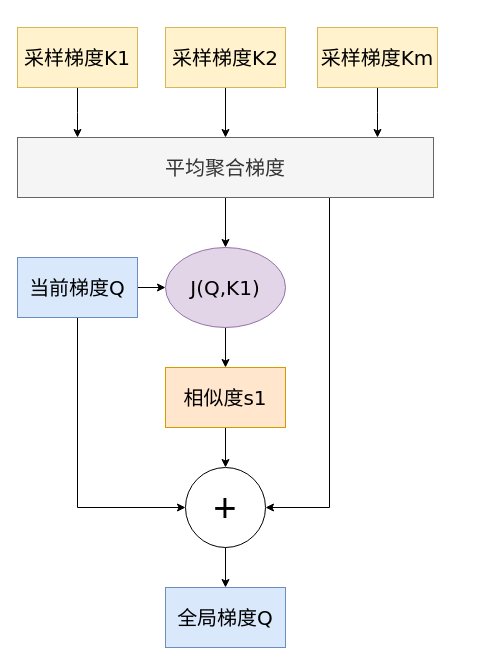
TQBX/drawio-images keeps this draw.io diagram as page "第 2 页" (2 of 2) of 思路.drawio. Above is the earlier version. Source tidied: cells renumbered, new cells numbered last; positions are measured from the earlier drawing's top-left corner, leaving out a move shared by most shapes. Both pictures are drawn from the tidied source at 100%, with x=0, y=0 at pixel (17, 27).
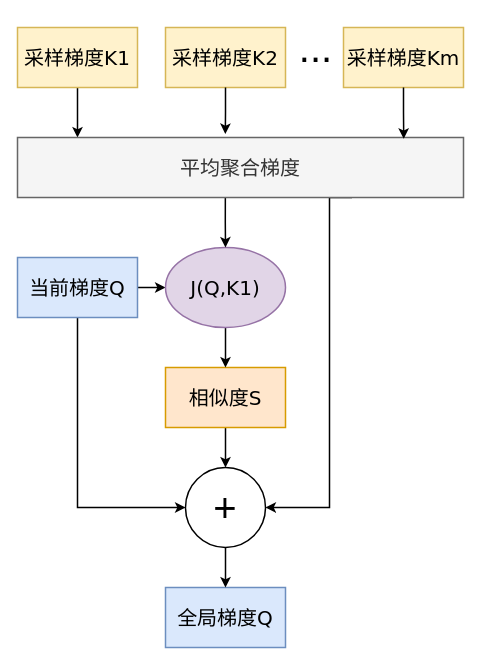
After the change.

Change to the diagram source:
```diff
@@
-    <mxCell id="2" style="edgeStyle=orthogonalEdgeStyle;rounded=0;jettySize=auto;html=1;exitX=1;exitY=0.5;exitDx=0;exitDy=0;entryX=0;entryY=0.5;entryDx=0;entryDy=0;" parent="1" edge="1" source="4" target="15">
+    <mxCell id="2" style="edgeStyle=orthogonalEdgeStyle;rounded=0;jettySize=auto;html=1;exitX=1;exitY=0.5;exitDx=0;exitDy=0;entryX=0;entryY=0.5;entryDx=0;entryDy=0;strokeWidth=1.5;" parent="1" edge="1" source="4" target="15">
       <mxGeometry relative="1" as="geometry" />
     </mxCell>
-    <mxCell id="3" style="edgeStyle=orthogonalEdgeStyle;rounded=0;jettySize=auto;html=1;exitX=0.5;exitY=1;exitDx=0;exitDy=0;entryX=0;entryY=0.5;entryDx=0;entryDy=0;" parent="1" edge="1" source="4" target="20">
+    <mxCell id="3" style="edgeStyle=orthogonalEdgeStyle;rounded=0;jettySize=auto;html=1;exitX=0.5;exitY=1;exitDx=0;exitDy=0;entryX=0;entryY=0.5;entryDx=0;entryDy=0;strokeWidth=1.5;" parent="1" edge="1" source="4" target="20">
       <mxGeometry relative="1" as="geometry" />
     </mxCell>
-    <mxCell id="4" value="当前梯度Q" style="rounded=0;whiteSpace=wrap;html=1;fillColor=#dae8fc;strokeColor=#6c8ebf;fontSize=20;fontStyle=0;fontFamily=Verdana;" parent="1" vertex="1">
+    <mxCell id="4" value="当前梯度Q" style="rounded=0;whiteSpace=wrap;html=1;fillColor=#dae8fc;strokeColor=#6c8ebf;fontSize=20;fontStyle=0;fontFamily=Verdana;strokeWidth=1.5;" parent="1" vertex="1">
       <mxGeometry y="230" width="120" height="60" as="geometry" />
     </mxCell>
-    <mxCell id="5" style="edgeStyle=orthogonalEdgeStyle;rounded=0;jettySize=auto;html=1;exitX=0.5;exitY=1;exitDx=0;exitDy=0;entryX=0.5;entryY=0;entryDx=0;entryDy=0;fontSize=20;fontStyle=0;fontFamily=Verdana;" parent="1" edge="1" source="6">
+    <mxCell id="5" style="edgeStyle=orthogonalEdgeStyle;rounded=0;jettySize=auto;html=1;exitX=0.5;exitY=1;exitDx=0;exitDy=0;entryX=0.5;entryY=0;entryDx=0;entryDy=0;fontSize=20;fontStyle=0;fontFamily=Verdana;strokeWidth=1.5;" parent="1" edge="1" source="6">
       <mxGeometry relative="1" as="geometry">
         <mxPoint x="60" y="110" as="targetPoint" />
       </mxGeometry>
     </mxCell>
-    <mxCell id="6" value="采样梯度K1" style="rounded=0;whiteSpace=wrap;html=1;fillColor=#fff2cc;strokeColor=#d6b656;fontSize=20;fontStyle=0;fontFamily=Verdana;" parent="1" vertex="1">
+    <mxCell id="6" value="采样梯度K1" style="rounded=0;whiteSpace=wrap;html=1;fillColor=#fff2cc;strokeColor=#d6b656;fontSize=20;fontStyle=0;fontFamily=Verdana;strokeWidth=1.5;" parent="1" vertex="1">
       <mxGeometry width="120" height="60" as="geometry" />
     </mxCell>
-    <mxCell id="7" style="edgeStyle=orthogonalEdgeStyle;rounded=0;jettySize=auto;html=1;exitX=0.5;exitY=1;exitDx=0;exitDy=0;entryX=0.5;entryY=0;entryDx=0;entryDy=0;fontSize=20;fontStyle=0;fontFamily=Verdana;" parent="1" edge="1" source="8" target="18">
-      <mxGeometry relative="1" as="geometry" />
-    </mxCell>
-    <mxCell id="8" value="采样梯度K2" style="rounded=0;whiteSpace=wrap;html=1;fillColor=#fff2cc;strokeColor=#d6b656;fontSize=20;fontStyle=0;fontFamily=Verdana;" parent="1" vertex="1">
+    <mxCell id="8" value="采样梯度K2" style="rounded=0;whiteSpace=wrap;html=1;fillColor=#fff2cc;strokeColor=#d6b656;fontSize=20;fontStyle=0;fontFamily=Verdana;strokeWidth=1.5;" parent="1" vertex="1">
       <mxGeometry x="148" width="120" height="60" as="geometry" />
     </mxCell>
-    <mxCell id="9" style="edgeStyle=orthogonalEdgeStyle;rounded=0;jettySize=auto;html=1;exitX=0.5;exitY=1;exitDx=0;exitDy=0;entryX=0.5;entryY=0;entryDx=0;entryDy=0;fontSize=20;fontStyle=0;fontFamily=Verdana;" parent="1" edge="1" source="10">
-      <mxGeometry relative="1" as="geometry">
-        <mxPoint x="360" y="110" as="targetPoint" />
-      </mxGeometry>
-    </mxCell>
-    <mxCell id="10" value="采样梯度Km" style="rounded=0;whiteSpace=wrap;html=1;fillColor=#fff2cc;strokeColor=#d6b656;fontSize=20;fontStyle=0;fontFamily=Verdana;" parent="1" vertex="1">
-      <mxGeometry x="300" width="120" height="60" as="geometry" />
+    <mxCell id="10" value="采样梯度Km" style="rounded=0;whiteSpace=wrap;html=1;fillColor=#fff2cc;strokeColor=#d6b656;fontSize=20;fontStyle=0;fontFamily=Verdana;strokeWidth=1.5;" parent="1" vertex="1">
+      <mxGeometry x="326" width="120" height="60" as="geometry" />
     </mxCell>
-    <mxCell id="11" style="edgeStyle=orthogonalEdgeStyle;rounded=0;jettySize=auto;html=1;entryX=0.5;entryY=0;entryDx=0;entryDy=0;" parent="1" edge="1" source="12" target="20">
+    <mxCell id="11" style="edgeStyle=orthogonalEdgeStyle;rounded=0;jettySize=auto;html=1;entryX=0.5;entryY=0;entryDx=0;entryDy=0;strokeWidth=1.5;" parent="1" edge="1" source="12" target="20">
       <mxGeometry relative="1" as="geometry" />
     </mxCell>
-    <mxCell id="12" value="相似度s1" style="rounded=0;whiteSpace=wrap;html=1;fillColor=#ffe6cc;strokeColor=#d79b00;fontSize=20;fontStyle=0;fontFamily=Verdana;" parent="1" vertex="1">
+    <mxCell id="12" value="相似度S" style="rounded=0;whiteSpace=wrap;html=1;fillColor=#ffe6cc;strokeColor=#d79b00;fontSize=20;fontStyle=0;fontFamily=Verdana;strokeWidth=1.5;" parent="1" vertex="1">
       <mxGeometry x="148" y="340" width="120" height="60" as="geometry" />
     </mxCell>
-    <mxCell id="13" value="全局梯度Q" style="rounded=0;whiteSpace=wrap;html=1;fillColor=#dae8fc;strokeColor=#6c8ebf;fontSize=20;fontStyle=0;fontFamily=Verdana;" parent="1" vertex="1">
+    <mxCell id="13" value="全局梯度Q" style="rounded=0;whiteSpace=wrap;html=1;fillColor=#dae8fc;strokeColor=#6c8ebf;fontSize=20;fontStyle=0;fontFamily=Verdana;strokeWidth=1.5;" parent="1" vertex="1">
       <mxGeometry x="148" y="560" width="120" height="60" as="geometry" />
     </mxCell>
-    <mxCell id="14" style="edgeStyle=orthogonalEdgeStyle;rounded=0;jettySize=auto;html=1;exitX=0.5;exitY=1;exitDx=0;exitDy=0;entryX=0.5;entryY=0;entryDx=0;entryDy=0;" parent="1" edge="1" source="15" target="12">
+    <mxCell id="14" style="edgeStyle=orthogonalEdgeStyle;rounded=0;jettySize=auto;html=1;exitX=0.5;exitY=1;exitDx=0;exitDy=0;entryX=0.5;entryY=0;entryDx=0;entryDy=0;strokeWidth=1.5;" parent="1" edge="1" source="15" target="12">
       <mxGeometry relative="1" as="geometry" />
     </mxCell>
-    <mxCell id="15" value="J(Q,K1)" style="ellipse;whiteSpace=wrap;html=1;fillColor=#e1d5e7;strokeColor=#9673a6;fontSize=20;fontStyle=0;fontFamily=Verdana;" parent="1" vertex="1">
+    <mxCell id="15" value="J(Q,K1)" style="ellipse;whiteSpace=wrap;html=1;fillColor=#e1d5e7;strokeColor=#9673a6;fontSize=20;fontStyle=0;fontFamily=Verdana;strokeWidth=1.5;" parent="1" vertex="1">
       <mxGeometry x="148" y="220" width="120" height="80" as="geometry" />
     </mxCell>
-    <mxCell id="16" style="edgeStyle=orthogonalEdgeStyle;rounded=0;jettySize=auto;html=1;exitX=0.5;exitY=1;exitDx=0;exitDy=0;entryX=0.5;entryY=0;entryDx=0;entryDy=0;" parent="1" edge="1" source="18" target="15">
+    <mxCell id="16" style="edgeStyle=orthogonalEdgeStyle;rounded=0;jettySize=auto;html=1;entryX=0.5;entryY=0;entryDx=0;entryDy=0;exitX=0.466;exitY=1.009;exitDx=0;exitDy=0;exitPerimeter=0;strokeWidth=1.5;" parent="1" edge="1" source="18" target="15">
       <mxGeometry relative="1" as="geometry" />
     </mxCell>
-    <mxCell id="17" style="edgeStyle=orthogonalEdgeStyle;rounded=0;jettySize=auto;html=1;exitX=0.75;exitY=1;exitDx=0;exitDy=0;entryX=1;entryY=0.5;entryDx=0;entryDy=0;" parent="1" edge="1" source="18" target="20">
+    <mxCell id="17" style="edgeStyle=orthogonalEdgeStyle;rounded=0;jettySize=auto;html=1;exitX=0.75;exitY=1;exitDx=0;exitDy=0;entryX=1;entryY=0.5;entryDx=0;entryDy=0;strokeWidth=1.5;" parent="1" edge="1" source="18" target="20">
       <mxGeometry relative="1" as="geometry">
         <Array as="points">
           <mxPoint x="312" y="480" />
         </Array>
       </mxGeometry>
     </mxCell>
-    <mxCell id="18" value="平均聚合梯度" style="rounded=0;whiteSpace=wrap;html=1;fillColor=#f5f5f5;fontColor=#333333;strokeColor=#666666;fontSize=20;" parent="1" vertex="1">
-      <mxGeometry y="110" width="416" height="60" as="geometry" />
+    <mxCell id="18" value="平均聚合梯度" style="rounded=0;whiteSpace=wrap;html=1;fillColor=#f5f5f5;fontColor=#333333;strokeColor=#666666;fontSize=20;strokeWidth=1.5;" parent="1" vertex="1">
+      <mxGeometry y="110" width="446" height="60" as="geometry" />
     </mxCell>
-    <mxCell id="19" style="edgeStyle=orthogonalEdgeStyle;rounded=0;jettySize=auto;html=1;exitX=0.5;exitY=1;exitDx=0;exitDy=0;entryX=0.5;entryY=0;entryDx=0;entryDy=0;" parent="1" edge="1" source="20" target="13">
+    <mxCell id="19" style="edgeStyle=orthogonalEdgeStyle;rounded=0;jettySize=auto;html=1;exitX=0.5;exitY=1;exitDx=0;exitDy=0;entryX=0.5;entryY=0;entryDx=0;entryDy=0;strokeWidth=1.5;" parent="1" edge="1" source="20" target="13">
       <mxGeometry relative="1" as="geometry" />
     </mxCell>
-    <mxCell id="20" value="+" style="ellipse;whiteSpace=wrap;html=1;fontSize=40;" parent="1" vertex="1">
+    <mxCell id="20" value="+" style="ellipse;whiteSpace=wrap;html=1;fontSize=40;strokeWidth=1.5;" parent="1" vertex="1">
       <mxGeometry x="168" y="440" width="80" height="80" as="geometry" />
     </mxCell>
+    <mxCell id="21" value="..." style="text;html=1;align=center;verticalAlign=middle;strokeColor=none;fillColor=none;fontSize=40;strokeWidth=1.5;" parent="1" vertex="1">
+      <mxGeometry x="268" y="-10" width="60" height="60" as="geometry" />
+    </mxCell>
+    <mxCell id="22" style="edgeStyle=orthogonalEdgeStyle;rounded=0;jettySize=auto;html=1;exitX=0.5;exitY=1;exitDx=0;exitDy=0;entryX=0.866;entryY=0.022;entryDx=0;entryDy=0;entryPerimeter=0;strokeWidth=1.5;" parent="1" edge="1" source="10" target="18">
+      <mxGeometry relative="1" as="geometry" />
+    </mxCell>
+    <mxCell id="7" style="edgeStyle=orthogonalEdgeStyle;rounded=0;jettySize=auto;html=1;exitX=0.5;exitY=1;exitDx=0;exitDy=0;entryX=0.466;entryY=-0.058;entryDx=0;entryDy=0;entryPerimeter=0;strokeWidth=1.5;" parent="1" edge="1" source="8" target="18">
+      <mxGeometry relative="1" as="geometry" />
+    </mxCell>
```
